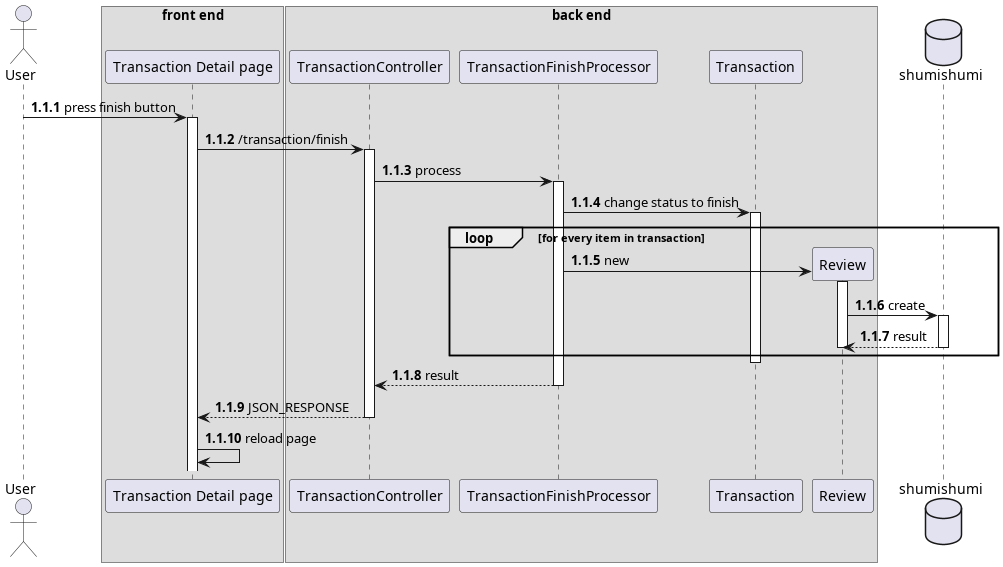
This is thesis/latex/diagram/sequence diagram/15. transaction/finish transaction/finish transaction.png from aldihsuhandi/skripsi-2023, a PlantUML export, as it was before one commit.
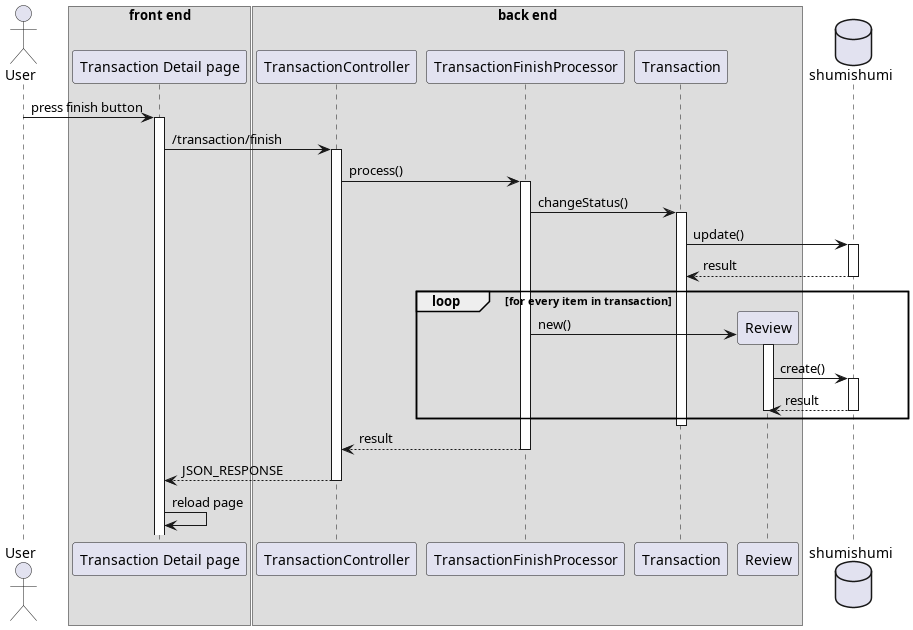
The same file after the commit.

Change to the diagram source:
```diff
@@ -1,5 +1,4 @@
 @startuml template
-autonumber 1.1.1
 
 actor User as u
 
@@ -21,13 +20,15 @@
 u -> detail++ : press finish button
 detail -> tc++ : /transaction/finish
 
-tc -> finishproc++ : process
-finishproc -> trx++ : change status to finish
+tc -> finishproc++ : process()
+finishproc -> trx++ : changeStatus()
+trx -> db++ :update()
+return result
 
 loop for every item in transaction
     create rm
-    finishproc -> rm++ : new
-    rm -> db++ : create
+    finishproc -> rm++ : new()
+    rm -> db++ : create()
     return result
     deactivate rm
 end
```
